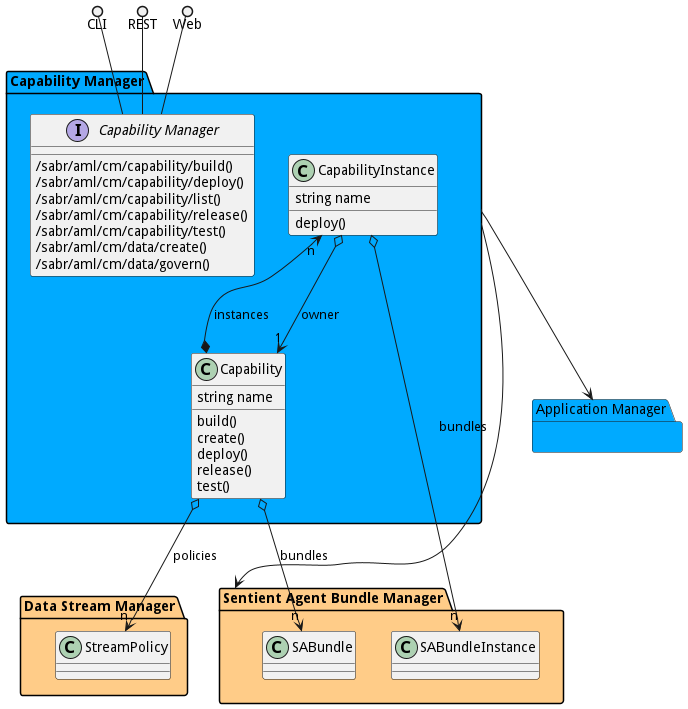
This is docs/sabr/aml/cm/logical.png from madajaju/sabr, a PlantUML export, as it was before one commit.
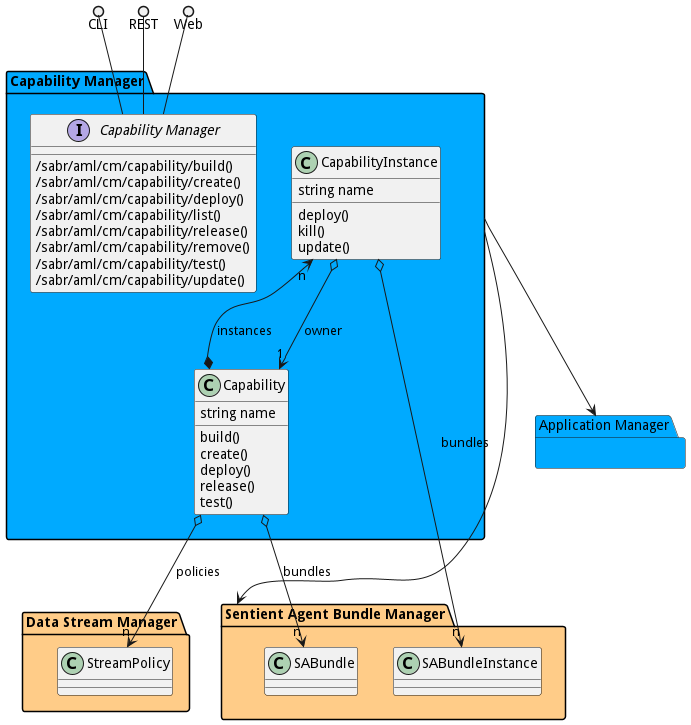
After the commit.

Diff of the diagram source:
```diff
@@ -33,12 +33,13 @@
 
     interface "Capability Manager" as i {
             /sabr/aml/cm/capability/build()
+            /sabr/aml/cm/capability/create()
             /sabr/aml/cm/capability/deploy()
             /sabr/aml/cm/capability/list()
             /sabr/aml/cm/capability/release()
+            /sabr/aml/cm/capability/remove()
             /sabr/aml/cm/capability/test()
-            /sabr/aml/cm/data/create()
-            /sabr/aml/cm/data/govern()
+            /sabr/aml/cm/capability/update()
 
     }
 }
@@ -64,6 +65,8 @@
     class "CapabilityInstance" {
                  string name
                              deploy()
+                     kill()
+                     update()
             }
                 CapabilityInstance o--> "n" SABundleInstance : bundles
                         CapabilityInstance o--> "1" Capability : owner
```
